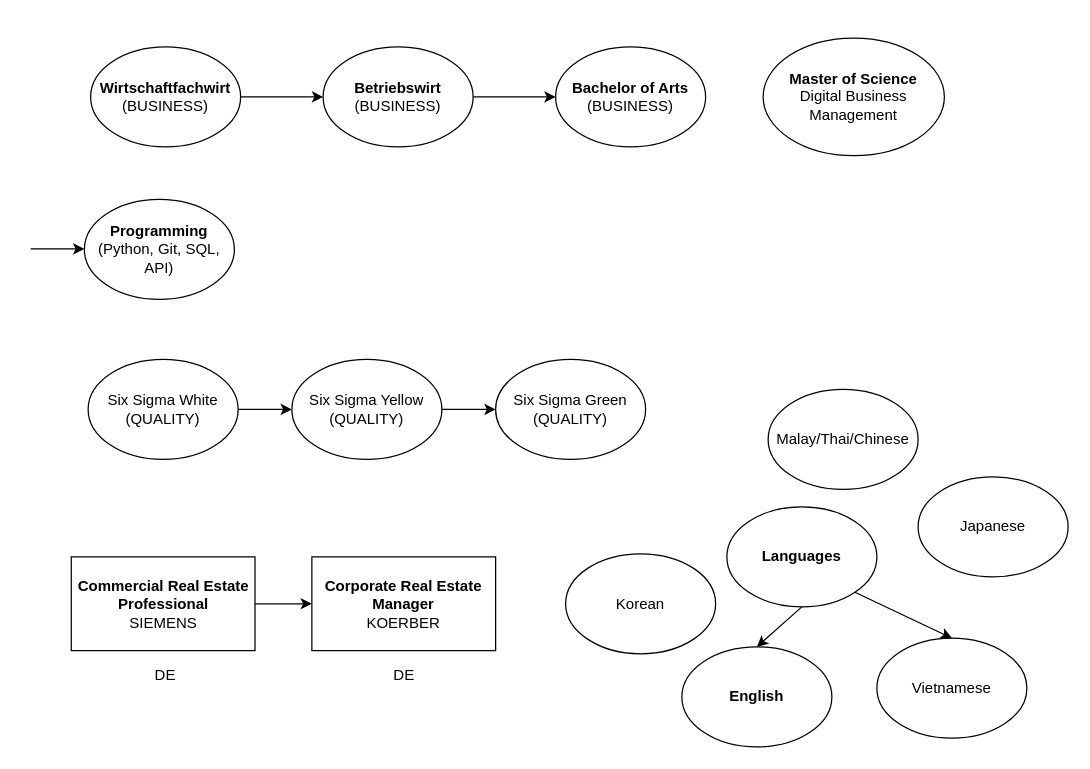
This is page "Career" (1 of 4) of Notes/My CS Roadmap.drawio from wunschzettel891/Workbench, a draw.io file, before an edit. Source tidied: cells renumbered, new cells numbered last; positions are measured from the earlier drawing's top-left corner, leaving out a move shared by most shapes. Both pictures are drawn from the tidied source at 125%, with x=0, y=0 at pixel (30, 38).
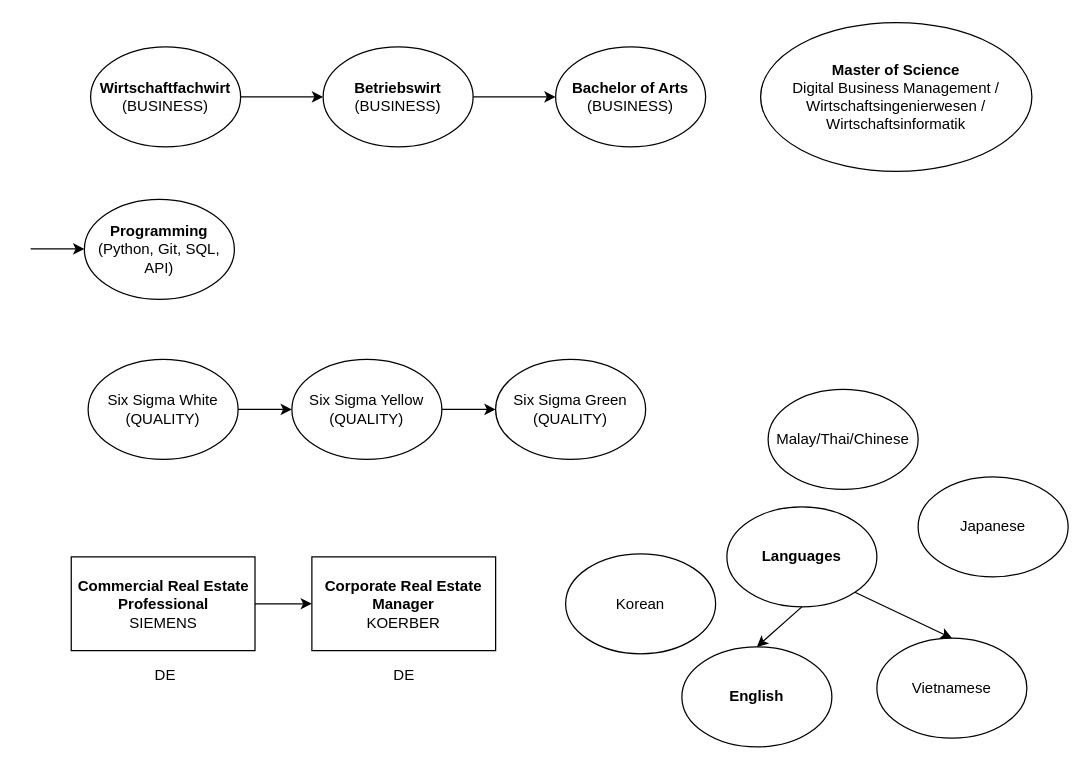
After the change.

Diff of the diagram source:
```diff
@@
-    <mxCell id="5" value="&lt;div&gt;&lt;b&gt;Master of Science&lt;/b&gt;&lt;/div&gt;Digital Business Management" style="ellipse;whiteSpace=wrap;html=1;fillColor=light-dark(#FFFFFF,#FFFFFF);fillStyle=solid;fontColor=light-dark(#000000,#000000);strokeColor=light-dark(#000000,#000000);" parent="1" vertex="1">
-      <mxGeometry x="586" width="145" height="94" as="geometry" />
+    <mxCell id="5" value="&lt;div&gt;&lt;b&gt;Master of Science&lt;/b&gt;&lt;/div&gt;Digital Business Management / Wirtschaftsingenierwesen / Wirtschaftsinformatik" style="ellipse;whiteSpace=wrap;html=1;fillColor=light-dark(#FFFFFF,#FFFFFF);fillStyle=solid;fontColor=light-dark(#000000,#000000);strokeColor=light-dark(#000000,#000000);" parent="1" vertex="1">
+      <mxGeometry x="584" y="-12.5" width="217" height="119" as="geometry" />
     </mxCell>
```
